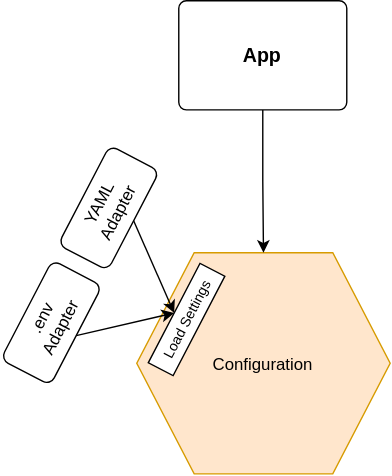
EduardoFLima/alert-triage keeps this draw.io diagram as docs/diagrams/configuration.drawio.svg. Above is the earlier version. Source tidied: cells renumbered, new cells last; positions are measured from the earlier drawing's top-left corner, leaving out a move shared by most shapes. Source of this version:
```xml
<mxGraphModel>
  <root>
    <mxCell id="0" />
    <mxCell id="1" parent="0" />
    <mxCell id="2" value="Configuration" style="shape=hexagon;perimeter=hexagonPerimeter2;whiteSpace=wrap;html=1;shapeInside=1;fixedSize=1;size=41;fillColor=#ffe6cc;strokeColor=#d79b00;" parent="1" vertex="1">
      <mxGeometry x="101" y="180" width="181" height="158" as="geometry" />
    </mxCell>
    <mxCell id="3" style="rounded=0;jettySize=auto;html=1;exitX=0.5;exitY=1;exitDx=0;exitDy=0;entryX=0.5;entryY=0;entryDx=0;entryDy=0;" parent="1" edge="1" source="5" target="4">
      <mxGeometry relative="1" as="geometry" />
    </mxCell>
    <mxCell id="4" value="Load Settings" style="rounded=1;whiteSpace=wrap;html=1;arcSize=0;rotation=297.5;fontSize=10;" parent="1" vertex="1">
      <mxGeometry x="96.6" y="217.7" width="80" height="20" as="geometry" />
    </mxCell>
    <mxCell id="5" value="YAML&lt;br&gt;Adapter" style="rounded=1;whiteSpace=wrap;html=1;rotation=297.5;" parent="1" vertex="1">
      <mxGeometry x="41" y="128" width="80" height="40" as="geometry" />
    </mxCell>
    <mxCell id="6" value=".env&lt;br&gt;Adapter" style="rounded=1;whiteSpace=wrap;html=1;rotation=297.5;" parent="1" vertex="1">
      <mxGeometry y="210" width="80" height="40" as="geometry" />
    </mxCell>
    <mxCell id="7" style="rounded=0;jettySize=auto;html=1;exitX=0.5;exitY=1;exitDx=0;exitDy=0;entryX=0.5;entryY=0;entryDx=0;entryDy=0;" parent="1" edge="1" source="6" target="4">
      <mxGeometry relative="1" as="geometry" />
    </mxCell>
    <mxCell id="8" style="edgeStyle=orthogonalEdgeStyle;rounded=0;jettySize=auto;html=1;entryX=0.5;entryY=0;entryDx=0;entryDy=0;" parent="1" edge="1" source="9" target="2">
      <mxGeometry relative="1" as="geometry" />
    </mxCell>
    <mxCell id="9" value="&lt;span style=&quot;font-size: 14px;&quot;&gt;&lt;b&gt;App&lt;/b&gt;&lt;/span&gt;" style="rounded=1;whiteSpace=wrap;html=1;arcSize=7;" parent="1" vertex="1">
      <mxGeometry x="131" width="120" height="78" as="geometry" />
    </mxCell>
  </root>
</mxGraphModel>
```
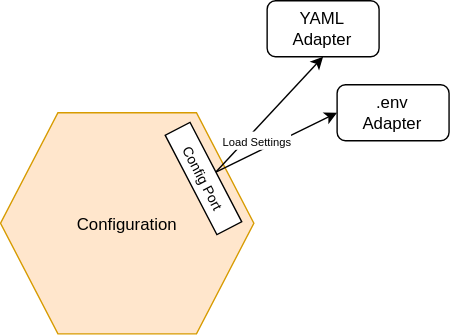
Later version of the same file.

Change to the diagram source:
```diff
@@ -3,28 +3,22 @@
     <mxCell id="0" />
     <mxCell id="1" parent="0" />
     <mxCell id="2" value="Configuration" style="shape=hexagon;perimeter=hexagonPerimeter2;whiteSpace=wrap;html=1;shapeInside=1;fixedSize=1;size=41;fillColor=#ffe6cc;strokeColor=#d79b00;" parent="1" vertex="1">
-      <mxGeometry x="101" y="180" width="181" height="158" as="geometry" />
+      <mxGeometry x="-11.5" y="100" width="181" height="158" as="geometry" />
     </mxCell>
-    <mxCell id="3" style="rounded=0;jettySize=auto;html=1;exitX=0.5;exitY=1;exitDx=0;exitDy=0;entryX=0.5;entryY=0;entryDx=0;entryDy=0;" parent="1" edge="1" source="5" target="4">
-      <mxGeometry relative="1" as="geometry" />
+    <mxCell id="3" value="Config Port" style="rounded=1;whiteSpace=wrap;html=1;arcSize=0;rotation=62.5;fontSize=10;" parent="1" vertex="1">
+      <mxGeometry x="93.5" y="137" width="80" height="20" as="geometry" />
     </mxCell>
-    <mxCell id="4" value="Load Settings" style="rounded=1;whiteSpace=wrap;html=1;arcSize=0;rotation=297.5;fontSize=10;" parent="1" vertex="1">
-      <mxGeometry x="96.6" y="217.7" width="80" height="20" as="geometry" />
+    <mxCell id="4" value="YAML&lt;br&gt;Adapter" style="rounded=1;whiteSpace=wrap;html=1;rotation=0;" parent="1" vertex="1">
+      <mxGeometry x="179" y="20" width="80" height="40" as="geometry" />
     </mxCell>
-    <mxCell id="5" value="YAML&lt;br&gt;Adapter" style="rounded=1;whiteSpace=wrap;html=1;rotation=297.5;" parent="1" vertex="1">
-      <mxGeometry x="41" y="128" width="80" height="40" as="geometry" />
+    <mxCell id="5" value=".env&lt;br&gt;Adapter" style="rounded=1;whiteSpace=wrap;html=1;rotation=0;" parent="1" vertex="1">
+      <mxGeometry x="229" y="80" width="80" height="40" as="geometry" />
     </mxCell>
-    <mxCell id="6" value=".env&lt;br&gt;Adapter" style="rounded=1;whiteSpace=wrap;html=1;rotation=297.5;" parent="1" vertex="1">
-      <mxGeometry y="210" width="80" height="40" as="geometry" />
+    <mxCell id="6" style="rounded=0;jettySize=auto;html=1;exitX=0.5;exitY=0;exitDx=0;exitDy=0;entryX=0;entryY=0.5;entryDx=0;entryDy=0;" parent="1" edge="1" source="3" target="5">
+      <mxGeometry relative="1" as="geometry" />
     </mxCell>
-    <mxCell id="7" style="rounded=0;jettySize=auto;html=1;exitX=0.5;exitY=1;exitDx=0;exitDy=0;entryX=0.5;entryY=0;entryDx=0;entryDy=0;" parent="1" edge="1" source="6" target="4">
-      <mxGeometry relative="1" as="geometry" />
+    <mxCell id="7" value="&lt;font style=&quot;font-size: 8px;&quot;&gt;Load Settings&lt;/font&gt;" style="rounded=0;jettySize=auto;html=1;exitX=0.5;exitY=0;exitDx=0;exitDy=0;entryX=0.5;entryY=1;entryDx=0;entryDy=0;" parent="1" edge="1" source="3" target="4">
+      <mxGeometry x="-0.36" y="-6" relative="1" as="geometry" />
     </mxCell>
-    <mxCell id="8" style="edgeStyle=orthogonalEdgeStyle;rounded=0;jettySize=auto;html=1;entryX=0.5;entryY=0;entryDx=0;entryDy=0;" parent="1" edge="1" source="9" target="2">
-      <mxGeometry relative="1" as="geometry" />
-    </mxCell>
-    <mxCell id="9" value="&lt;span style=&quot;font-size: 14px;&quot;&gt;&lt;b&gt;App&lt;/b&gt;&lt;/span&gt;" style="rounded=1;whiteSpace=wrap;html=1;arcSize=7;" parent="1" vertex="1">
-      <mxGeometry x="131" width="120" height="78" as="geometry" />
-    </mxCell>
   </root>
 </mxGraphModel>
```
